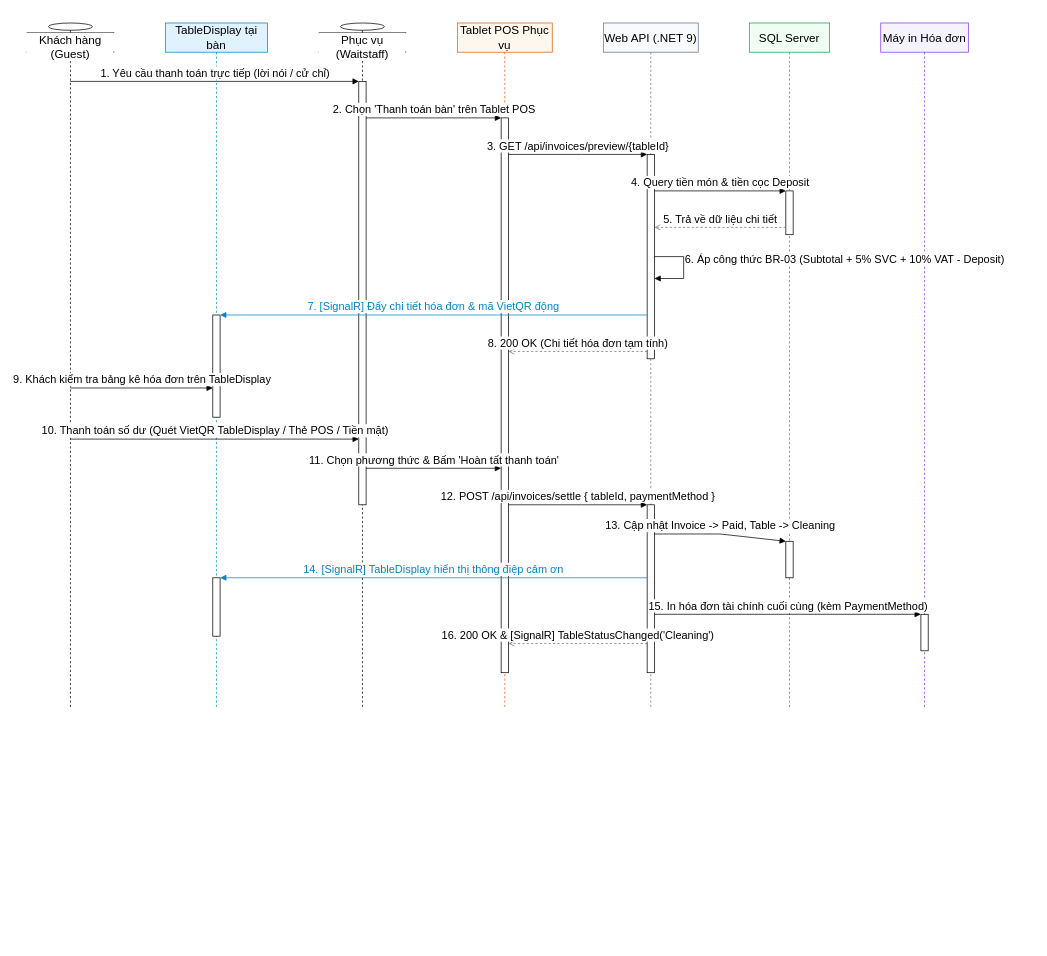
Earlier version of the draw.io diagram docs/phase1/drawio/sd04_invoice_settlement.drawio (AndrewQng/VinDining). Source tidied: cells renumbered, new cells numbered last; positions are measured from the earlier drawing's top-left corner, leaving out a move shared by most shapes. Both pictures are drawn from the tidied source at 73%, with x=0, y=0 at pixel (26, 23).
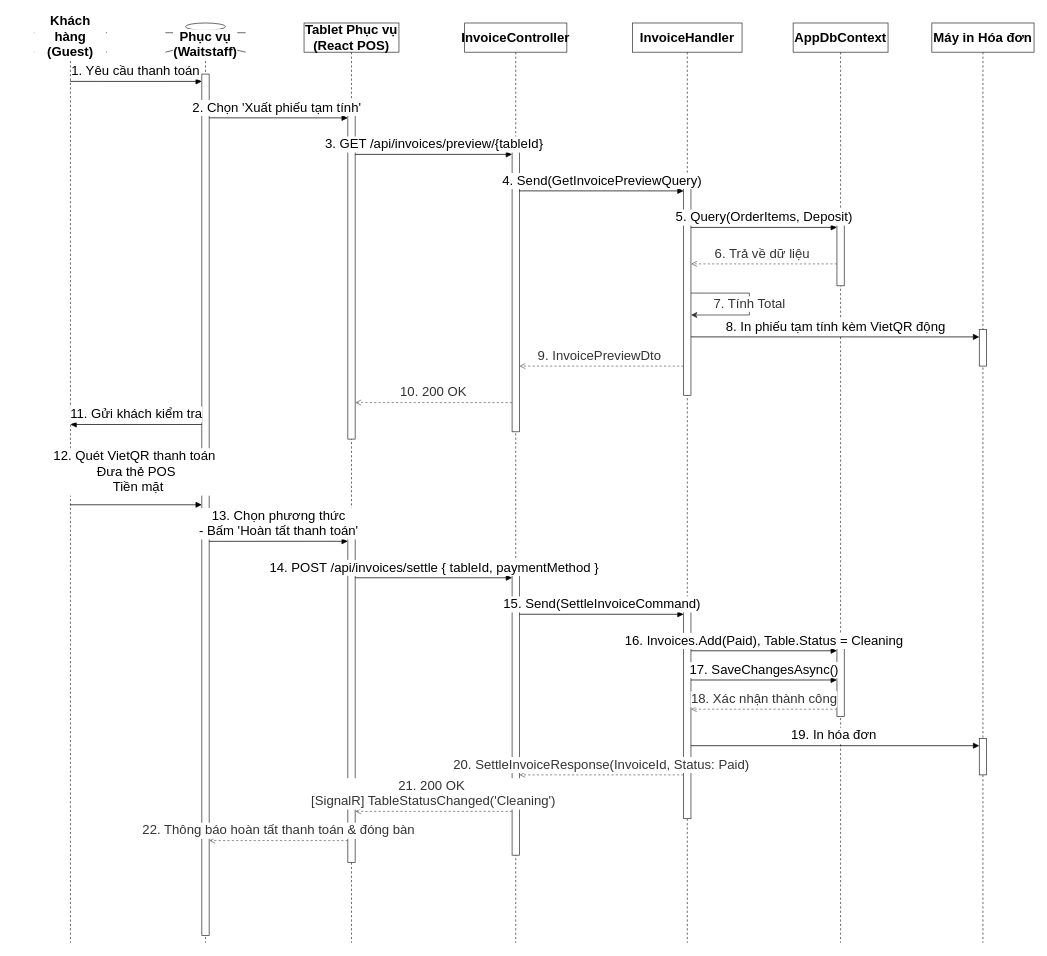
After the change.

What changed in the source:
```diff
@@
-    <mxCell id="2" value="Khách hàng (Guest)" style="shape=umlLifeline;perimeter=lifelinePerimeter;whiteSpace=wrap;html=1;outlineConnect=0;portConstraint=eastwest;size=40;participant=umlActor;verticalAlign=bottom;spacingBottom=-14;labelBackgroundColor=#ffffff;fontSize=16;" parent="1" vertex="1">
-      <mxGeometry width="120" height="940" as="geometry" />
+    <mxCell id="2" value="Khách hàng&#10;(Guest)" style="shape=umlLifeline;perimeter=lifelinePerimeter;whiteSpace=wrap;html=1;outlineConnect=0;portConstraint=eastwest;size=40;participant=umlActor;verticalAlign=bottom;spacingBottom=-14;labelBackgroundColor=#ffffff;fontSize=18;fontStyle=1;strokeColor=#333333;" parent="1" vertex="1">
+      <mxGeometry x="10" width="100" height="1260" as="geometry" />
     </mxCell>
-    <mxCell id="3" value="TableDisplay tại bàn" style="shape=umlLifeline;perimeter=lifelinePerimeter;whiteSpace=wrap;html=1;size=40;fontSize=16;fillColor=#e0f2fe;strokeColor=#0284c7;" parent="1" vertex="1">
-      <mxGeometry x="190" width="140" height="940" as="geometry" />
-    </mxCell>
-    <mxCell id="4" style="html=1;points=[];perimeter=orthogonalPerimeter;outlineConnect=0;fillColor=#ffffff;fontSize=16;" parent="3" vertex="1">
-      <mxGeometry x="65" y="400" width="10" height="140" as="geometry" />
-    </mxCell>
-    <mxCell id="5" style="html=1;points=[];perimeter=orthogonalPerimeter;outlineConnect=0;fillColor=#ffffff;fontSize=16;" parent="3" vertex="1">
-      <mxGeometry x="65" y="760" width="10" height="80" as="geometry" />
-    </mxCell>
-    <mxCell id="6" value="Phục vụ (Waitstaff)" style="shape=umlLifeline;perimeter=lifelinePerimeter;whiteSpace=wrap;html=1;size=40;participant=umlActor;verticalAlign=bottom;spacingBottom=-14;labelBackgroundColor=#ffffff;fontSize=16;" parent="1" vertex="1">
-      <mxGeometry x="400" width="120" height="940" as="geometry" />
+    <mxCell id="6" value="Phục vụ&#10;(Waitstaff)" style="shape=umlLifeline;perimeter=lifelinePerimeter;whiteSpace=wrap;html=1;size=40;participant=umlActor;verticalAlign=bottom;spacingBottom=-14;labelBackgroundColor=#ffffff;fontSize=18;fontStyle=1;strokeColor=#333333;" parent="1" vertex="1">
+      <mxGeometry x="190" width="110" height="1260" as="geometry" />
     </mxCell>
-    <mxCell id="7" style="html=1;points=[];perimeter=orthogonalPerimeter;outlineConnect=0;fillColor=#ffffff;fontSize=16;" parent="6" vertex="1">
-      <mxGeometry x="55" y="80" width="10" height="580" as="geometry" />
+    <mxCell id="7" style="html=1;points=[];perimeter=orthogonalPerimeter;outlineConnect=0;fillColor=#ffffff;strokeColor=#333333;fontSize=18;" parent="6" vertex="1">
+      <mxGeometry x="50" y="70" width="10" height="1180" as="geometry" />
     </mxCell>
-    <mxCell id="8" value="Tablet POS Phục vụ" style="shape=umlLifeline;perimeter=lifelinePerimeter;whiteSpace=wrap;html=1;size=40;fontSize=16;fillColor=#fff7ed;strokeColor=#ea580c;" parent="1" vertex="1">
-      <mxGeometry x="590" width="130" height="940" as="geometry" />
-    </mxCell>
-    <mxCell id="9" style="html=1;points=[];perimeter=orthogonalPerimeter;outlineConnect=0;fillColor=#ffffff;fontSize=16;" parent="8" vertex="1">
-      <mxGeometry x="60" y="130" width="10" height="760" as="geometry" />
-    </mxCell>
-    <mxCell id="10" value="Web API (.NET 9)" style="shape=umlLifeline;perimeter=lifelinePerimeter;whiteSpace=wrap;html=1;size=40;fontSize=16;fillColor=#f8fafc;strokeColor=#64748b;" parent="1" vertex="1">
-      <mxGeometry x="790" width="130" height="940" as="geometry" />
-    </mxCell>
-    <mxCell id="11" style="html=1;points=[];perimeter=orthogonalPerimeter;outlineConnect=0;fillColor=#ffffff;fontSize=16;" parent="10" vertex="1">
-      <mxGeometry x="60" y="180" width="10" height="280" as="geometry" />
-    </mxCell>
-    <mxCell id="12" style="html=1;points=[];perimeter=orthogonalPerimeter;outlineConnect=0;fillColor=#ffffff;fontSize=16;" parent="10" vertex="1">
-      <mxGeometry x="60" y="660" width="10" height="230" as="geometry" />
-    </mxCell>
+    <mxCell id="34" value="Tablet Phục vụ&#10;(React POS)" style="shape=umlLifeline;perimeter=lifelinePerimeter;whiteSpace=wrap;html=1;size=40;fontSize=18;fontStyle=1;fillColor=#ffffff;strokeColor=#333333;" parent="1" vertex="1">
+      <mxGeometry x="380" width="130" height="1260" as="geometry" />
+    </mxCell>
+    <mxCell id="35" style="html=1;points=[];perimeter=orthogonalPerimeter;outlineConnect=0;fillColor=#ffffff;strokeColor=#333333;fontSize=18;" parent="34" vertex="1">
+      <mxGeometry x="60" y="120" width="10" height="450" as="geometry" />
+    </mxCell>
+    <mxCell id="36" style="html=1;points=[];perimeter=orthogonalPerimeter;outlineConnect=0;fillColor=#ffffff;strokeColor=#333333;fontSize=18;" parent="34" vertex="1">
+      <mxGeometry x="60" y="700" width="10" height="450" as="geometry" />
+    </mxCell>
+    <mxCell id="37" value="InvoiceController" style="shape=umlLifeline;perimeter=lifelinePerimeter;whiteSpace=wrap;html=1;size=40;fontSize=18;fontStyle=1;fillColor=#ffffff;strokeColor=#333333;" parent="1" vertex="1">
+      <mxGeometry x="600" width="140" height="1260" as="geometry" />
+    </mxCell>
+    <mxCell id="38" style="html=1;points=[];perimeter=orthogonalPerimeter;outlineConnect=0;fillColor=#ffffff;strokeColor=#333333;fontSize=18;" parent="37" vertex="1">
+      <mxGeometry x="65" y="170" width="10" height="390" as="geometry" />
+    </mxCell>
+    <mxCell id="39" style="html=1;points=[];perimeter=orthogonalPerimeter;outlineConnect=0;fillColor=#ffffff;strokeColor=#333333;fontSize=18;" parent="37" vertex="1">
+      <mxGeometry x="65" y="750" width="10" height="390" as="geometry" />
+    </mxCell>
+    <mxCell id="40" value="InvoiceHandler" style="shape=umlLifeline;perimeter=lifelinePerimeter;whiteSpace=wrap;html=1;size=40;fontSize=18;fontStyle=1;fillColor=#ffffff;strokeColor=#333333;" parent="1" vertex="1">
+      <mxGeometry x="830" width="150" height="1260" as="geometry" />
+    </mxCell>
+    <mxCell id="41" style="html=1;points=[];perimeter=orthogonalPerimeter;outlineConnect=0;fillColor=#ffffff;strokeColor=#333333;fontSize=18;" parent="40" vertex="1">
+      <mxGeometry x="70" y="220" width="10" height="290" as="geometry" />
+    </mxCell>
+    <mxCell id="42" style="html=1;points=[];perimeter=orthogonalPerimeter;outlineConnect=0;fillColor=#ffffff;strokeColor=#333333;fontSize=18;" parent="40" vertex="1">
+      <mxGeometry x="70" y="800" width="10" height="290" as="geometry" />
+    </mxCell>
-    <mxCell id="13" value="SQL Server" style="shape=umlLifeline;perimeter=lifelinePerimeter;whiteSpace=wrap;html=1;size=40;fontSize=16;fillColor=#f0fdf4;strokeColor=#16a34a;" parent="1" vertex="1">
-      <mxGeometry x="990" width="110" height="940" as="geometry" />
+    <mxCell id="13" value="AppDbContext" style="shape=umlLifeline;perimeter=lifelinePerimeter;whiteSpace=wrap;html=1;size=40;fontSize=18;fontStyle=1;fillColor=#ffffff;strokeColor=#333333;" parent="1" vertex="1">
+      <mxGeometry x="1050" width="130" height="1260" as="geometry" />
     </mxCell>
-    <mxCell id="14" style="html=1;points=[];perimeter=orthogonalPerimeter;outlineConnect=0;fillColor=#ffffff;fontSize=16;" parent="13" vertex="1">
-      <mxGeometry x="50" y="230" width="10" height="60" as="geometry" />
+    <mxCell id="14" style="html=1;points=[];perimeter=orthogonalPerimeter;outlineConnect=0;fillColor=#ffffff;strokeColor=#333333;fontSize=18;" parent="13" vertex="1">
+      <mxGeometry x="60" y="270" width="10" height="90" as="geometry" />
     </mxCell>
-    <mxCell id="15" style="html=1;points=[];perimeter=orthogonalPerimeter;outlineConnect=0;fillColor=#ffffff;fontSize=16;" parent="13" vertex="1">
-      <mxGeometry x="50" y="710" width="10" height="50" as="geometry" />
+    <mxCell id="15" style="html=1;points=[];perimeter=orthogonalPerimeter;outlineConnect=0;fillColor=#ffffff;strokeColor=#333333;fontSize=18;" parent="13" vertex="1">
+      <mxGeometry x="60" y="850" width="10" height="100" as="geometry" />
     </mxCell>
-    <mxCell id="16" value="Máy in Hóa đơn" style="shape=umlLifeline;perimeter=lifelinePerimeter;whiteSpace=wrap;html=1;size=40;fontSize=16;fillColor=#f5f3ff;strokeColor=#7c3aed;" parent="1" vertex="1">
-      <mxGeometry x="1170" width="120" height="940" as="geometry" />
+    <mxCell id="16" value="Máy in Hóa đơn" style="shape=umlLifeline;perimeter=lifelinePerimeter;whiteSpace=wrap;html=1;size=40;fontSize=18;fontStyle=1;fillColor=#ffffff;strokeColor=#333333;" parent="1" vertex="1">
+      <mxGeometry x="1240" width="140" height="1260" as="geometry" />
     </mxCell>
-    <mxCell id="17" style="html=1;points=[];perimeter=orthogonalPerimeter;outlineConnect=0;fillColor=#ffffff;fontSize=16;" parent="16" vertex="1">
-      <mxGeometry x="55" y="810" width="10" height="50" as="geometry" />
-    </mxCell>
+    <mxCell id="43" style="html=1;points=[];perimeter=orthogonalPerimeter;outlineConnect=0;fillColor=#ffffff;strokeColor=#333333;fontSize=18;" parent="16" vertex="1">
+      <mxGeometry x="65" y="420" width="10" height="50" as="geometry" />
+    </mxCell>
+    <mxCell id="44" style="html=1;points=[];perimeter=orthogonalPerimeter;outlineConnect=0;fillColor=#ffffff;strokeColor=#333333;fontSize=18;" parent="16" vertex="1">
+      <mxGeometry x="65" y="980" width="10" height="50" as="geometry" />
+    </mxCell>
-    <mxCell id="18" value="1. Yêu cầu thanh toán trực tiếp (lời nói / cử chỉ)" style="html=1;verticalAlign=bottom;endArrow=block;curved=0;rounded=0;fontSize=15;" parent="1" edge="1" source="2" target="7">
-      <mxGeometry relative="1" as="geometry">
-        <Array as="points">
-          <mxPoint x="260" y="80" />
-        </Array>
-      </mxGeometry>
+    <mxCell id="18" value="1. Yêu cầu thanh toán" style="html=1;verticalAlign=bottom;endArrow=block;curved=0;rounded=0;exitX=0.5;exitY=0.0635;entryX=0;entryY=0.0085;fontSize=18;" parent="1" edge="1" source="2" target="7">
+      <mxGeometry relative="1" as="geometry" />
     </mxCell>
-    <mxCell id="19" value="2. Chọn 'Thanh toán bàn' trên Tablet POS" style="html=1;verticalAlign=bottom;endArrow=block;curved=0;rounded=0;fontSize=15;" parent="1" edge="1" source="7" target="9">
-      <mxGeometry relative="1" as="geometry">
-        <Array as="points">
-          <mxPoint x="560" y="130" />
-        </Array>
-      </mxGeometry>
+    <mxCell id="19" value="2. Chọn 'Xuất phiếu tạm tính'&amp;nbsp;" style="html=1;verticalAlign=bottom;endArrow=block;curved=0;rounded=0;exitX=1;exitY=0.0508;entryX=0;entryY=0.0222;fontSize=18;" parent="1" edge="1" source="7" target="35">
+      <mxGeometry relative="1" as="geometry" />
     </mxCell>
-    <mxCell id="20" value="3. GET /api/invoices/preview/{tableId}" style="html=1;verticalAlign=bottom;endArrow=block;curved=0;rounded=0;fontSize=15;" parent="1" edge="1" source="9" target="11">
-      <mxGeometry relative="1" as="geometry">
-        <Array as="points">
-          <mxPoint x="760" y="180" />
-        </Array>
-      </mxGeometry>
+    <mxCell id="20" value="3. GET /api/invoices/preview/{tableId}" style="html=1;verticalAlign=bottom;endArrow=block;curved=0;rounded=0;exitX=1;exitY=0.1333;entryX=0;entryY=0.0256;fontSize=18;" parent="1" edge="1" source="35" target="38">
+      <mxGeometry relative="1" as="geometry" />
     </mxCell>
-    <mxCell id="21" value="4. Query tiền món &amp;amp; tiền cọc Deposit" style="html=1;verticalAlign=bottom;endArrow=block;curved=0;rounded=0;fontSize=15;" parent="1" edge="1" source="11" target="14">
-      <mxGeometry relative="1" as="geometry">
-        <Array as="points">
-          <mxPoint x="950" y="230" />
-        </Array>
-      </mxGeometry>
+    <mxCell id="21" value="4. Send(GetInvoicePreviewQuery)" style="html=1;verticalAlign=bottom;endArrow=block;curved=0;rounded=0;exitX=1;exitY=0.1538;entryX=0;entryY=0.0345;fontSize=18;" parent="1" edge="1" source="38" target="41">
+      <mxGeometry relative="1" as="geometry" />
     </mxCell>
-    <mxCell id="22" value="5. Trả về dữ liệu chi tiết" style="html=1;verticalAlign=bottom;endArrow=open;dashed=1;curved=0;rounded=0;strokeColor=#64748b;fontSize=15;" parent="1" edge="1" source="14" target="11">
-      <mxGeometry relative="1" as="geometry">
-        <Array as="points">
-          <mxPoint x="950" y="280" />
-        </Array>
-      </mxGeometry>
+    <mxCell id="22" value="5. Query(OrderItems, Deposit)" style="html=1;verticalAlign=bottom;endArrow=block;curved=0;rounded=0;exitX=1;exitY=0.2069;entryX=0;entryY=0.1111;fontSize=18;" parent="1" edge="1" source="41" target="14">
+      <mxGeometry relative="1" as="geometry" />
     </mxCell>
-    <mxCell id="23" value="6. Áp công thức BR-03 (Subtotal + 5% SVC + 10% VAT - Deposit)" style="html=1;verticalAlign=bottom;endArrow=block;curved=0;rounded=0;fontSize=15;align=left;" parent="1" edge="1" source="11" target="11">
-      <mxGeometry relative="1" as="geometry">
-        <Array as="points">
-          <mxPoint x="900" y="320" />
-          <mxPoint x="900" y="350" />
-        </Array>
-      </mxGeometry>
+    <mxCell id="23" value="6. Trả về dữ liệu&amp;nbsp;" style="html=1;verticalAlign=bottom;endArrow=open;dashed=1;curved=0;rounded=0;strokeColor=#666666;fontColor=#333333;exitX=0;exitY=0.6667;entryX=1;entryY=0.3793;fontSize=18;" parent="1" edge="1" source="14" target="41">
+      <mxGeometry relative="1" as="geometry" />
     </mxCell>
-    <mxCell id="24" value="7. [SignalR] Đẩy chi tiết hóa đơn &amp;amp; mã VietQR động" style="html=1;verticalAlign=bottom;endArrow=block;curved=0;rounded=0;strokeColor=#0284c7;fontColor=#0284c7;fontSize=15;" parent="1" edge="1" source="11" target="4">
+    <mxCell id="24" value="7. Tính Total" style="edgeStyle=orthogonalEdgeStyle;curved=0;rounded=0;html=1;exitX=1;exitY=0.5172;entryX=1;entryY=0.6207;strokeColor=#333333;fontColor=#333333;fontSize=18;" parent="1" edge="1" source="41" target="41">
       <mxGeometry relative="1" as="geometry">
         <Array as="points">
-          <mxPoint x="560" y="400" />
+          <mxPoint x="990" y="370" />
+          <mxPoint x="990" y="400" />
         </Array>
       </mxGeometry>
     </mxCell>
-    <mxCell id="25" value="8. 200 OK (Chi tiết hóa đơn tạm tính)" style="html=1;verticalAlign=bottom;endArrow=open;dashed=1;curved=0;rounded=0;strokeColor=#64748b;fontSize=15;" parent="1" edge="1" source="11" target="9">
-      <mxGeometry relative="1" as="geometry">
-        <Array as="points">
-          <mxPoint x="760" y="450" />
-        </Array>
-      </mxGeometry>
+    <mxCell id="25" value="8. In phiếu tạm tính kèm VietQR động" style="html=1;verticalAlign=bottom;endArrow=block;curved=0;rounded=0;exitX=1;exitY=0.7241;entryX=0;entryY=0.2000;fontSize=18;" parent="1" edge="1" source="41" target="43">
+      <mxGeometry relative="1" as="geometry" />
     </mxCell>
-    <mxCell id="26" value="9. Khách kiểm tra bảng kê hóa đơn trên TableDisplay" style="html=1;verticalAlign=bottom;endArrow=block;curved=0;rounded=0;fontSize=15;" parent="1" edge="1" source="2" target="4">
-      <mxGeometry relative="1" as="geometry">
-        <Array as="points">
-          <mxPoint x="160" y="500" />
-        </Array>
-      </mxGeometry>
+    <mxCell id="26" value="9. InvoicePreviewDto&amp;nbsp;" style="html=1;verticalAlign=bottom;endArrow=open;dashed=1;curved=0;rounded=0;strokeColor=#666666;fontColor=#333333;exitX=0;exitY=0.8621;entryX=1;entryY=0.7692;fontSize=18;" parent="1" edge="1" source="41" target="38">
+      <mxGeometry relative="1" as="geometry" />
     </mxCell>
-    <mxCell id="27" value="10. Thanh toán số dư (Quét VietQR TableDisplay / Thẻ POS / Tiền mặt)" style="html=1;verticalAlign=bottom;endArrow=block;curved=0;rounded=0;fontSize=15;" parent="1" edge="1" source="2" target="7">
-      <mxGeometry relative="1" as="geometry">
-        <Array as="points">
-          <mxPoint x="260" y="570" />
-        </Array>
-      </mxGeometry>
+    <mxCell id="27" value="10. 200 OK" style="html=1;verticalAlign=bottom;endArrow=open;dashed=1;curved=0;rounded=0;strokeColor=#666666;fontColor=#333333;exitX=0;exitY=0.8974;entryX=1;entryY=0.8889;fontSize=18;" parent="1" edge="1" source="38" target="35">
+      <mxGeometry relative="1" as="geometry" />
     </mxCell>
-    <mxCell id="28" value="11. Chọn phương thức &amp;amp; Bấm 'Hoàn tất thanh toán'" style="html=1;verticalAlign=bottom;endArrow=block;curved=0;rounded=0;fontSize=15;" parent="1" edge="1" source="7" target="9">
+    <mxCell id="28" value="11. Gửi khách kiểm tra" style="html=1;verticalAlign=bottom;endArrow=block;curved=0;rounded=0;exitX=0;exitY=0.4492;entryX=0.5;entryY=0.4762;fontSize=18;" parent="1" edge="1">
       <mxGeometry relative="1" as="geometry">
-        <Array as="points">
-          <mxPoint x="560" y="610" />
-        </Array>
+        <mxPoint x="240" y="550" as="sourcePoint" />
+        <mxPoint x="59.9" y="550" as="targetPoint" />
       </mxGeometry>
     </mxCell>
-    <mxCell id="29" value="12. POST /api/invoices/settle { tableId, paymentMethod }" style="html=1;verticalAlign=bottom;endArrow=block;curved=0;rounded=0;fontSize=15;" parent="1" edge="1" source="9" target="12">
-      <mxGeometry relative="1" as="geometry">
-        <Array as="points">
-          <mxPoint x="760" y="660" />
-        </Array>
-      </mxGeometry>
+    <mxCell id="29" value="12. Quét VietQR thanh toán&amp;nbsp;&lt;div&gt;Đưa thẻ POS&lt;/div&gt;&lt;div&gt;&amp;nbsp;Tiền mặt&lt;/div&gt;" style="html=1;verticalAlign=bottom;endArrow=block;curved=0;rounded=0;exitX=0.5;exitY=0.5238;entryX=0;entryY=0.5000;fontSize=18;" parent="1" edge="1" source="2" target="7">
+      <mxGeometry y="10" relative="1" as="geometry" />
     </mxCell>
-    <mxCell id="30" value="13. Cập nhật Invoice -&gt; Paid, Table -&gt; Cleaning" style="html=1;verticalAlign=bottom;endArrow=block;curved=0;rounded=0;fontSize=15;" parent="1" edge="1" source="12" target="15">
-      <mxGeometry relative="1" as="geometry">
-        <Array as="points">
-          <mxPoint x="950" y="700" />
-        </Array>
-      </mxGeometry>
+    <mxCell id="30" value="13. Chọn phương thức&lt;div&gt;&lt;span style=&quot;background-color: light-dark(#ffffff, var(--ge-dark-color, #121212)); color: light-dark(rgb(0, 0, 0), rgb(255, 255, 255));&quot;&gt;- Bấm 'Hoàn tất thanh toán'&lt;/span&gt;&lt;/div&gt;" style="html=1;verticalAlign=bottom;endArrow=block;curved=0;rounded=0;exitX=1;exitY=0.5424;entryX=0;entryY=0.0222;fontSize=18;" parent="1" edge="1" source="7" target="36">
+      <mxGeometry relative="1" as="geometry" />
     </mxCell>
-    <mxCell id="31" value="14. [SignalR] TableDisplay hiển thị thông điệp cảm ơn" style="html=1;verticalAlign=bottom;endArrow=block;curved=0;rounded=0;strokeColor=#0284c7;fontColor=#0284c7;fontSize=15;" parent="1" edge="1" source="12" target="5">
-      <mxGeometry relative="1" as="geometry">
-        <Array as="points">
-          <mxPoint x="560" y="760" />
-        </Array>
-      </mxGeometry>
+    <mxCell id="31" value="14. POST /api/invoices/settle { tableId, paymentMethod }" style="html=1;verticalAlign=bottom;endArrow=block;curved=0;rounded=0;exitX=1;exitY=0.1333;entryX=0;entryY=0.0256;fontSize=18;" parent="1" edge="1" source="36" target="39">
+      <mxGeometry relative="1" as="geometry" />
     </mxCell>
-    <mxCell id="32" value="15. In hóa đơn tài chính cuối cùng (kèm PaymentMethod)" style="html=1;verticalAlign=bottom;endArrow=block;curved=0;rounded=0;fontSize=15;" parent="1" edge="1" source="12" target="17">
-      <mxGeometry relative="1" as="geometry">
-        <Array as="points">
-          <mxPoint x="1040" y="810" />
-        </Array>
-      </mxGeometry>
+    <mxCell id="32" value="15. Send(SettleInvoiceCommand)" style="html=1;verticalAlign=bottom;endArrow=block;curved=0;rounded=0;exitX=1;exitY=0.1538;entryX=0;entryY=0.0345;fontSize=18;" parent="1" edge="1" source="39" target="42">
+      <mxGeometry relative="1" as="geometry" />
     </mxCell>
-    <mxCell id="33" value="16. 200 OK &amp;amp; [SignalR] TableStatusChanged('Cleaning')" style="html=1;verticalAlign=bottom;endArrow=open;dashed=1;curved=0;rounded=0;strokeColor=#64748b;fontSize=15;" parent="1" edge="1" source="12" target="9">
-      <mxGeometry relative="1" as="geometry">
-        <Array as="points">
-          <mxPoint x="760" y="850" />
-        </Array>
-      </mxGeometry>
+    <mxCell id="33" value="16. Invoices.Add(Paid), Table.Status = Cleaning" style="html=1;verticalAlign=bottom;endArrow=block;curved=0;rounded=0;exitX=1;exitY=0.2069;entryX=0;entryY=0.1000;fontSize=18;" parent="1" edge="1" source="42" target="15">
+      <mxGeometry relative="1" as="geometry" />
     </mxCell>
+    <mxCell id="45" value="17. SaveChangesAsync()" style="html=1;verticalAlign=bottom;endArrow=block;curved=0;rounded=0;exitX=1;exitY=0.3448;entryX=0;entryY=0.5000;fontSize=18;" parent="1" edge="1" source="42" target="15">
+      <mxGeometry relative="1" as="geometry" />
+    </mxCell>
+    <mxCell id="46" value="18. Xác nhận thành công" style="html=1;verticalAlign=bottom;endArrow=open;dashed=1;curved=0;rounded=0;strokeColor=#666666;fontColor=#333333;exitX=0;exitY=0.9000;entryX=1;entryY=0.4828;fontSize=18;" parent="1" edge="1" source="15" target="42">
+      <mxGeometry relative="1" as="geometry" />
+    </mxCell>
+    <mxCell id="47" value="19. In hóa đơn&amp;nbsp;" style="html=1;verticalAlign=bottom;endArrow=block;curved=0;rounded=0;exitX=1;exitY=0.6552;entryX=0;entryY=0.2000;fontSize=18;" parent="1" edge="1" source="42" target="44">
+      <mxGeometry relative="1" as="geometry" />
+    </mxCell>
+    <mxCell id="48" value="20. SettleInvoiceResponse(InvoiceId, Status: Paid)" style="html=1;verticalAlign=bottom;endArrow=open;dashed=1;curved=0;rounded=0;strokeColor=#666666;fontColor=#333333;exitX=0;exitY=0.7931;entryX=1;entryY=0.7179;fontSize=18;" parent="1" edge="1" source="42" target="39">
+      <mxGeometry relative="1" as="geometry" />
+    </mxCell>
+    <mxCell id="49" value="21. 200 OK&amp;nbsp;&lt;div&gt;&lt;span style=&quot;background-color: light-dark(#ffffff, var(--ge-dark-color, #121212)); color: light-dark(rgb(51, 51, 51), rgb(193, 193, 193));&quot;&gt;[SignalR] TableStatusChanged('Cleaning')&lt;/span&gt;&lt;/div&gt;" style="html=1;verticalAlign=bottom;endArrow=open;dashed=1;curved=0;rounded=0;strokeColor=#666666;fontColor=#333333;exitX=0;exitY=0.8462;entryX=1;entryY=0.8444;fontSize=18;" parent="1" edge="1" source="39" target="36">
+      <mxGeometry relative="1" as="geometry" />
+    </mxCell>
+    <mxCell id="50" value="22. Thông báo hoàn tất thanh toán &amp;amp; đóng bàn" style="html=1;verticalAlign=bottom;endArrow=open;dashed=1;curved=0;rounded=0;strokeColor=#666666;fontColor=#333333;exitX=0;exitY=0.9333;entryX=1;entryY=0.8898;fontSize=18;" parent="1" edge="1" source="36" target="7">
+      <mxGeometry relative="1" as="geometry" />
+    </mxCell>
```
